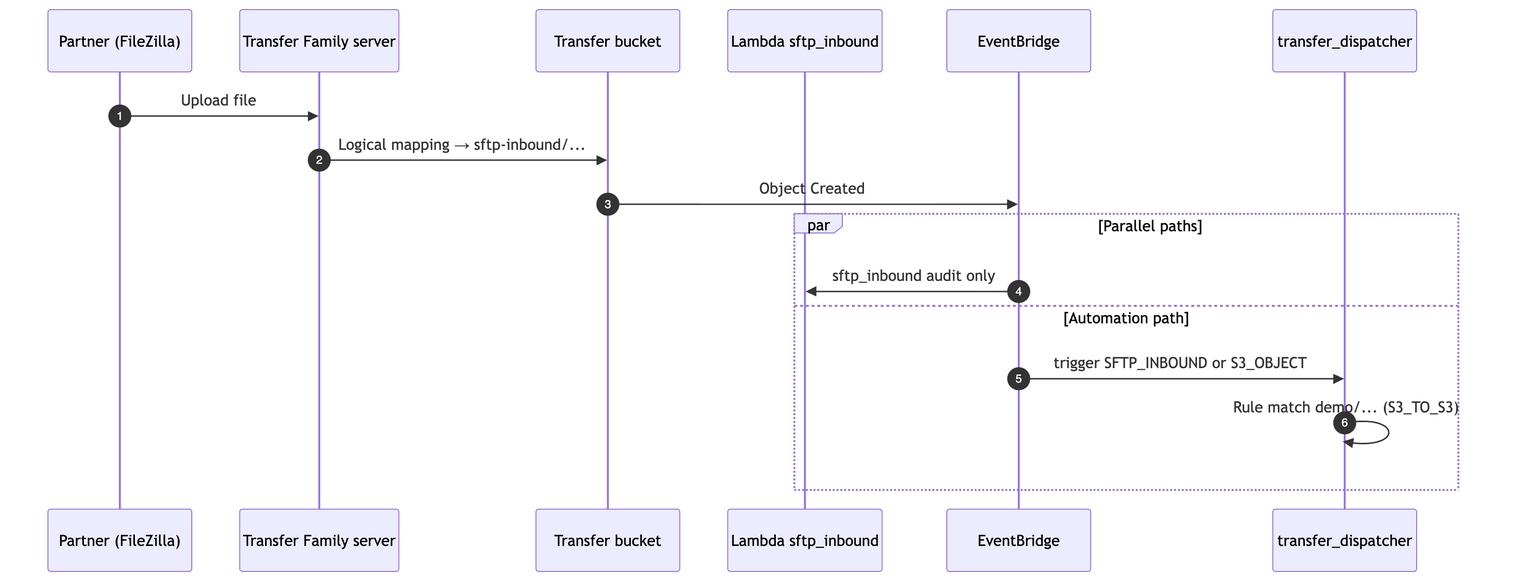
bayareala8s/BayRelayAI keeps this Mermaid diagram as docs/sequence-diagrams/png/UC-A04.png. Above is the earlier version. Its source is kept beside it as docs/sequence-diagrams/mmd/UC-A04.mmd.
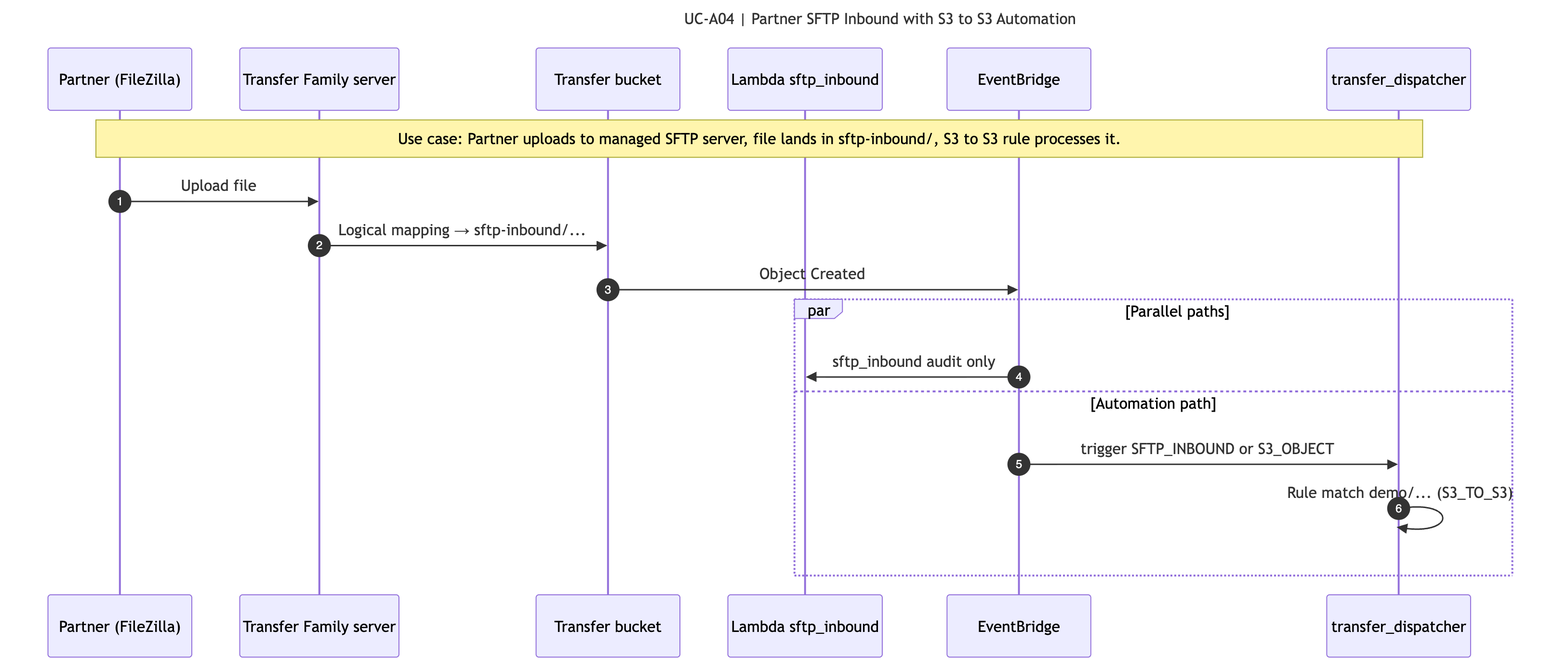
The same file after the commit.

The edit, as a diff of the source:
```diff
@@ -1,3 +1,6 @@
+---
+title: UC-A04 | Partner SFTP Inbound with S3 to S3 Automation
+---
 sequenceDiagram
   autonumber
   participant Partner as Partner (FileZilla)
@@ -6,6 +9,7 @@
   participant Audit as Lambda sftp_inbound
   participant EB as EventBridge
   participant Disp as transfer_dispatcher
+  Note over Partner,Disp: Use case: Partner uploads to managed SFTP server, file lands in sftp-inbound/, S3 to S3 rule processes it.
 
   Partner->>SFTP: Upload file
   SFTP->>S3: Logical mapping → sftp-inbound/...
```
